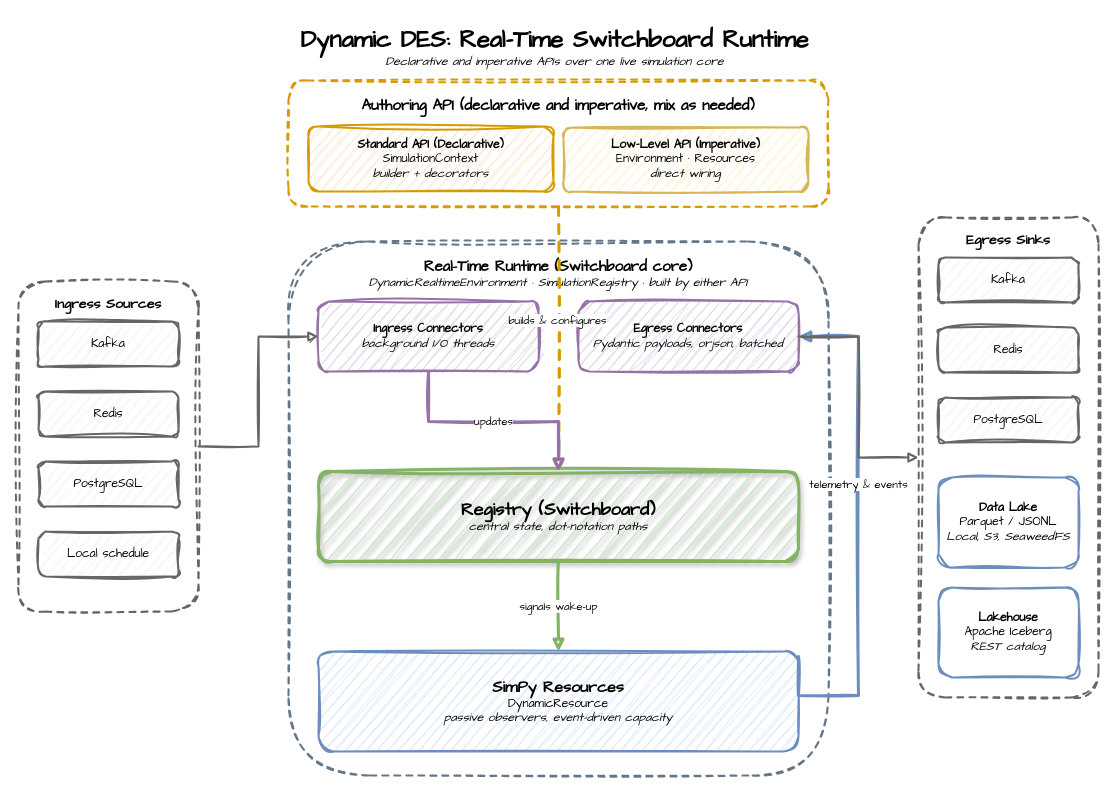
This is docs/assets/architecture.drawio from jaehyeon-kim/dynamic-des, a draw.io file, before an edit. Source tidied: cells renumbered, new cells numbered last; positions are measured from the earlier drawing's top-left corner, leaving out a move shared by most shapes. Both pictures are drawn from the tidied source at 100%, with x=0, y=0 at pixel (18, 17).
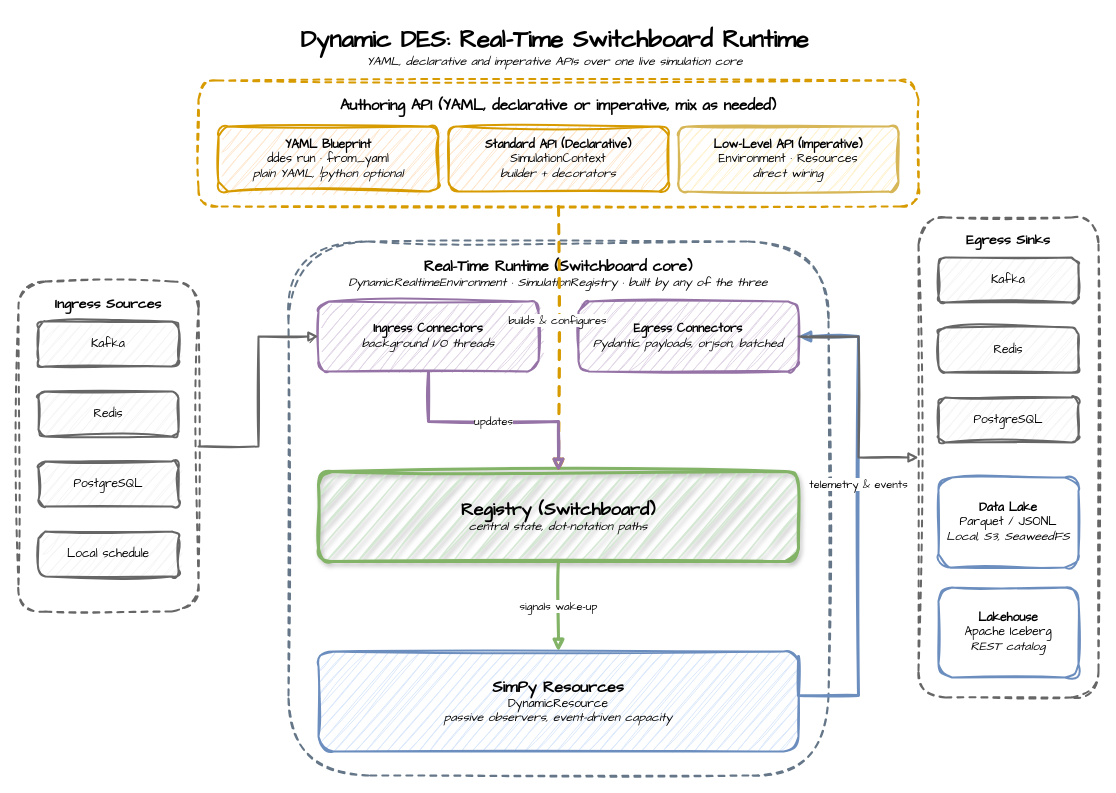
After the change.

What changed in the source:
```diff
@@
-    <mxCell id="2" value="&lt;b style=&quot;font-size: 24px;&quot;&gt;Dynamic DES: Real-Time Switchboard Runtime&lt;/b&gt;&lt;br&gt;&lt;i&gt;Declarative and imperative APIs over one live simulation core&lt;/i&gt;" style="text;html=1;align=center;verticalAlign=middle;fontFamily=Comic Sans MS;" parent="1" vertex="1">
+    <mxCell id="2" value="&lt;b style=&quot;font-size: 24px;&quot;&gt;Dynamic DES: Real-Time Switchboard Runtime&lt;/b&gt;&lt;br&gt;&lt;i&gt;YAML, declarative and imperative APIs over one live simulation core&lt;/i&gt;" style="text;html=1;align=center;verticalAlign=middle;fontFamily=Comic Sans MS;" parent="1" vertex="1">
       <mxGeometry x="236" width="600" height="60" as="geometry" />
     </mxCell>
-    <mxCell id="3" value="&lt;b style=&quot;font-size: 15px;&quot;&gt;Authoring API (declarative and imperative, mix as needed)&lt;/b&gt;" style="rounded=1;whiteSpace=wrap;html=1;sketch=1;curveFitting=1;jiggle=2;fillColor=none;strokeColor=#d79b00;strokeWidth=2;dashed=1;align=center;verticalAlign=top;spacingTop=10;fontFamily=Comic Sans MS;" parent="1" vertex="1">
-      <mxGeometry x="270" y="63" width="540" height="126" as="geometry" />
+    <mxCell id="3" value="&lt;b style=&quot;font-size: 15px;&quot;&gt;Authoring API (YAML, declarative or imperative, mix as needed)&lt;/b&gt;" style="rounded=1;whiteSpace=wrap;html=1;sketch=1;curveFitting=1;jiggle=2;fillColor=none;strokeColor=#d79b00;strokeWidth=2;dashed=1;align=center;verticalAlign=top;spacingTop=10;fontFamily=Comic Sans MS;" parent="1" vertex="1">
+      <mxGeometry x="180" y="63" width="720" height="126" as="geometry" />
     </mxCell>
+    <mxCell id="30" value="&lt;b&gt;YAML Blueprint&lt;/b&gt;&lt;br&gt;ddes run · from_yaml&lt;br&gt;&lt;i&gt;plain YAML, !python optional&lt;/i&gt;" style="rounded=1;whiteSpace=wrap;html=1;sketch=1;curveFitting=1;jiggle=2;fillColor=#ffe6cc;strokeColor=#d79b00;strokeWidth=2;fontFamily=Comic Sans MS;" parent="1" vertex="1">
+      <mxGeometry x="200" y="109" width="220" height="65" as="geometry" />
+    </mxCell>
     <mxCell id="4" value="&lt;b&gt;Standard API (Declarative)&lt;/b&gt;&lt;br&gt;SimulationContext&lt;br&gt;&lt;i&gt;builder + decorators&lt;/i&gt;" style="rounded=1;whiteSpace=wrap;html=1;sketch=1;curveFitting=1;jiggle=2;fillColor=#ffe6cc;strokeColor=#d79b00;strokeWidth=2;fontFamily=Comic Sans MS;" parent="1" vertex="1">
-      <mxGeometry x="290" y="109" width="245" height="65" as="geometry" />
+      <mxGeometry x="430" y="109" width="220" height="65" as="geometry" />
     </mxCell>
     <mxCell id="5" value="&lt;b&gt;Low-Level API (Imperative)&lt;/b&gt;&lt;br&gt;Environment · Resources&lt;br&gt;&lt;i&gt;direct wiring&lt;/i&gt;" style="rounded=1;whiteSpace=wrap;html=1;sketch=1;curveFitting=1;jiggle=2;fillColor=#fff2cc;strokeColor=#d6b656;strokeWidth=2;fontFamily=Comic Sans MS;" parent="1" vertex="1">
-      <mxGeometry x="545" y="110" width="245" height="64" as="geometry" />
+      <mxGeometry x="660" y="109" width="220" height="65" as="geometry" />
     </mxCell>
-    <mxCell id="6" value="&lt;b style=&quot;font-size: 15px;&quot;&gt;Real-Time Runtime (Switchboard core)&lt;/b&gt;&lt;br&gt;&lt;i&gt;DynamicRealtimeEnvironment · SimulationRegistry · built by either API&lt;/i&gt;" style="rounded=1;whiteSpace=wrap;html=1;sketch=1;curveFitting=1;jiggle=2;fillColor=none;strokeColor=#647687;strokeWidth=2;dashed=1;align=center;verticalAlign=top;spacingTop=10;fontFamily=Comic Sans MS;" parent="1" vertex="1">
+    <mxCell id="6" value="&lt;b style=&quot;font-size: 15px;&quot;&gt;Real-Time Runtime (Switchboard core)&lt;/b&gt;&lt;br&gt;&lt;i&gt;DynamicRealtimeEnvironment · SimulationRegistry · built by any of the three&lt;/i&gt;" style="rounded=1;whiteSpace=wrap;html=1;sketch=1;curveFitting=1;jiggle=2;fillColor=none;strokeColor=#647687;strokeWidth=2;dashed=1;align=center;verticalAlign=top;spacingTop=10;fontFamily=Comic Sans MS;" parent="1" vertex="1">
       <mxGeometry x="270" y="224" width="540" height="534" as="geometry" />
     </mxCell>
```
